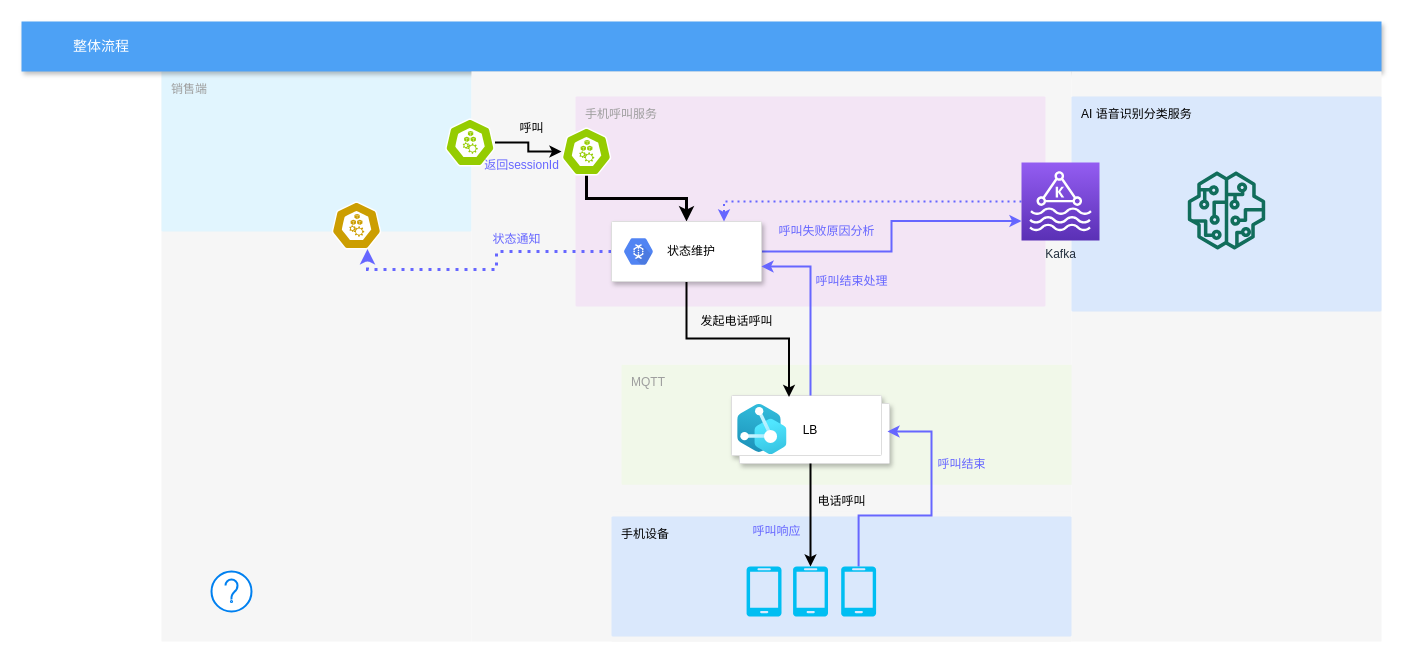
Above: craft/Copy of task_magr1.drawio in feihu618/drawio (draw.io), before the change. Source tidied: cells renumbered, new cells numbered last; positions are measured from the earlier drawing's top-left corner, leaving out a move shared by most shapes. Both pictures are drawn from the tidied source at 100%, with x=0, y=0 at pixel (21, 21).
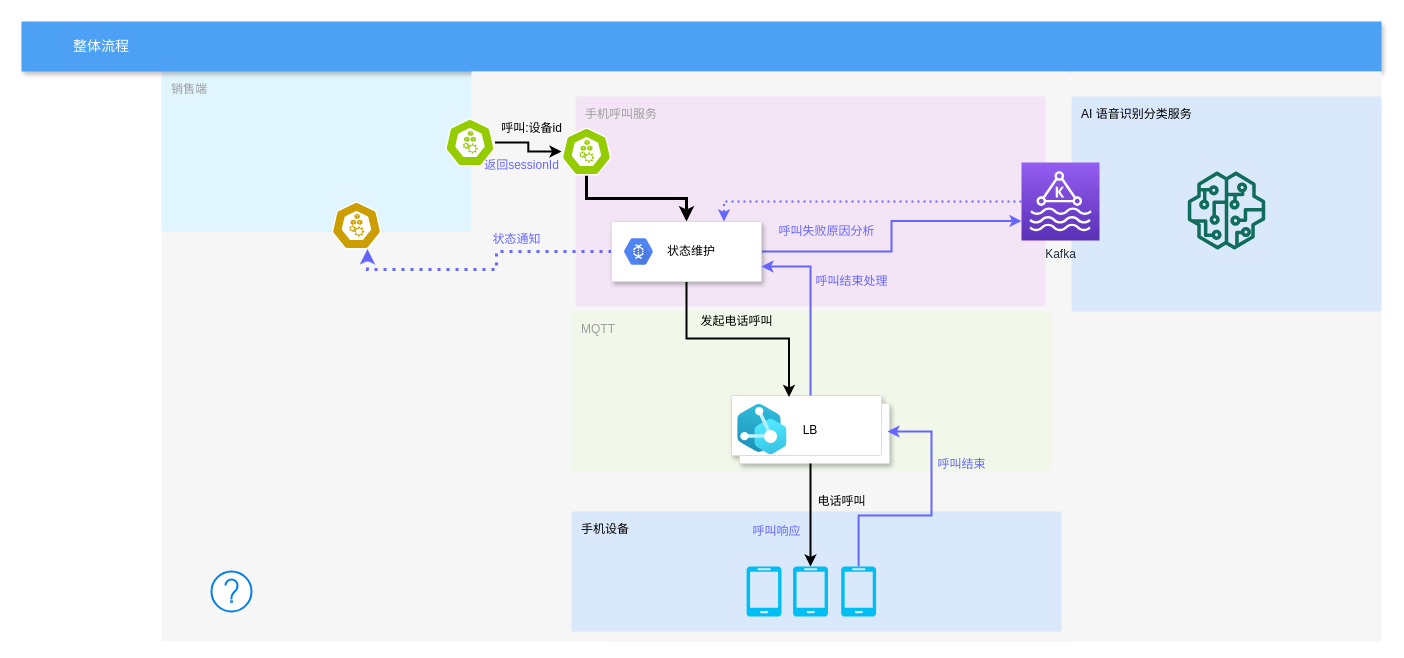
Above is the later version.

Change to the diagram source:
```diff
@@
     <mxCell id="8" value="MQTT" style="rounded=1;absoluteArcSize=1;arcSize=2;html=1;strokeColor=none;gradientColor=none;shadow=0;dashed=0;strokeColor=none;fontSize=12;fontColor=#9E9E9E;align=left;verticalAlign=top;spacing=10;spacingTop=-4;fillColor=#F1F8E9;" parent="1" vertex="1">
-      <mxGeometry x="600" y="343.2" width="460" height="120" as="geometry" />
+      <mxGeometry x="550" y="290" width="480" height="160" as="geometry" />
     </mxCell>
@@
-    <mxCell id="19" value="呼叫" style="text;html=1;align=center;verticalAlign=middle;fillColor=none;strokeColor=none;rounded=0;" parent="1" vertex="1">
-      <mxGeometry x="490" y="97" width="40" height="20" as="geometry" />
+    <mxCell id="19" value="呼叫:设备id" style="text;html=1;align=center;verticalAlign=middle;fillColor=none;strokeColor=none;rounded=0;" parent="1" vertex="1">
+      <mxGeometry x="470" y="97" width="80" height="20" as="geometry" />
     </mxCell>
@@
     <mxCell id="28" value="手机设备" style="rounded=1;absoluteArcSize=1;arcSize=2;html=1;strokeColor=#6c8ebf;shadow=0;dashed=0;strokeColor=none;fontSize=12;align=left;verticalAlign=top;spacing=10;spacingTop=-4;fillColor=#dae8fc;" parent="1" vertex="1">
-      <mxGeometry x="590" y="495" width="460" height="120" as="geometry" />
+      <mxGeometry x="550" y="490" width="490" height="120" as="geometry" />
     </mxCell>
```
